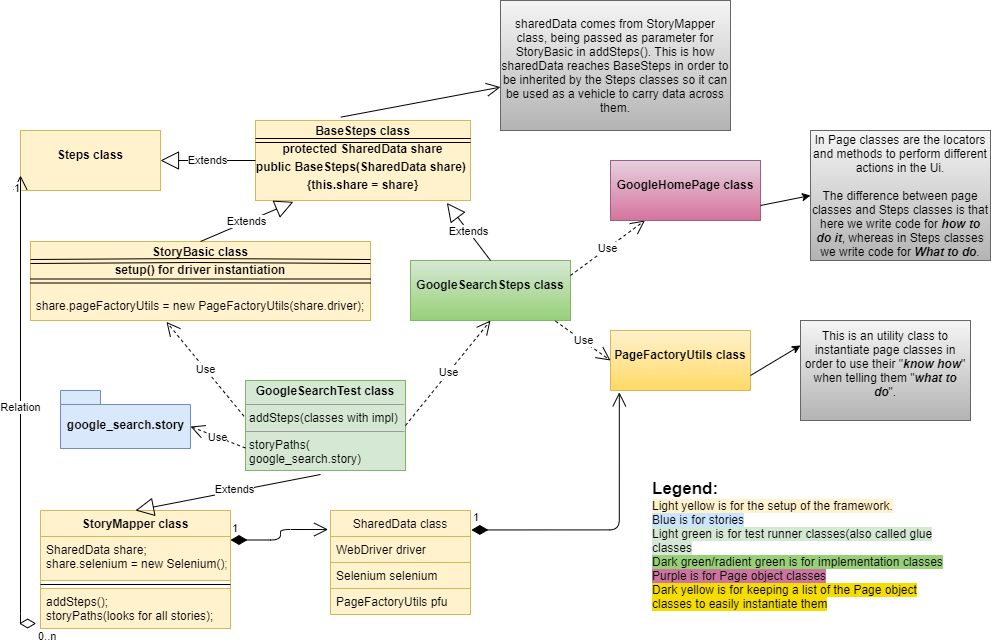
Above: JBselDiagram.png in cosminCirstea/JBSelFramework (draw.io), before the change. Source tidied: cells renumbered, new cells last; positions are measured from the earlier drawing's top-left corner, leaving out a move shared by most shapes.
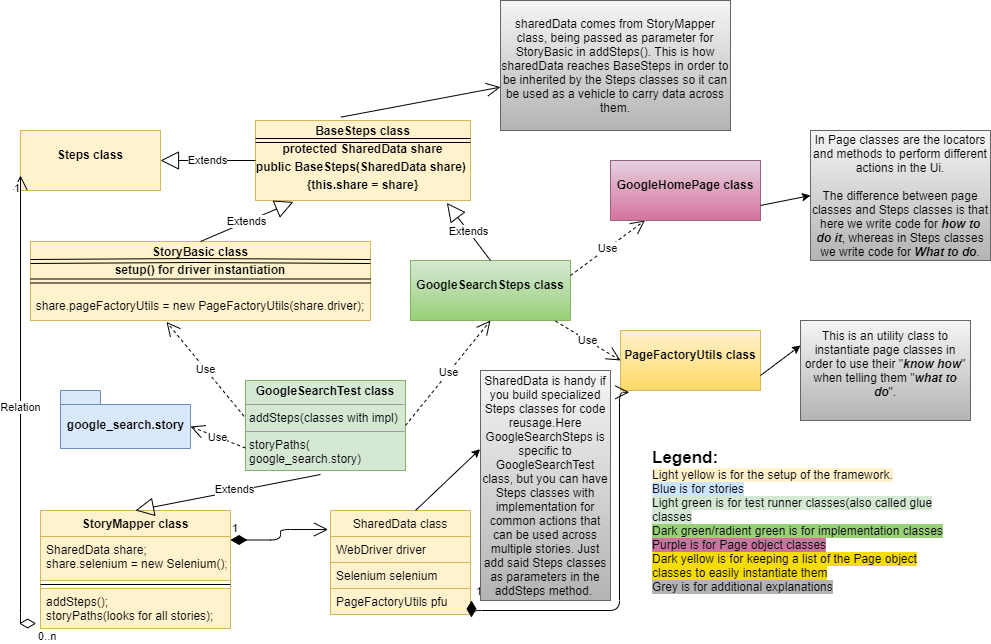
After the commit.

Commit message:
added another explanation for sharedData in the diagram

What changed in the source:
```diff
@@ -59,7 +59,7 @@
       <mxGeometry x="590" y="160" width="150" height="60" as="geometry" />
     </mxCell>
     <mxCell id="20" value="&lt;p style=&quot;margin: 0px ; margin-top: 4px ; text-align: center&quot;&gt;&lt;br&gt;&lt;b&gt;PageFactoryUtils class&lt;/b&gt;&lt;/p&gt;&lt;p style=&quot;margin: 0px ; margin-top: 4px ; text-align: center&quot;&gt;&lt;b&gt;&lt;br&gt;&lt;/b&gt;&lt;/p&gt;" style="verticalAlign=top;align=left;overflow=fill;fontSize=12;fontFamily=Helvetica;html=1;gradientColor=#ffd966;fillColor=#fff2cc;strokeColor=#d6b656;" parent="1" vertex="1">
-      <mxGeometry x="590" y="330" width="140" height="60" as="geometry" />
+      <mxGeometry x="600" y="330" width="140" height="60" as="geometry" />
     </mxCell>
     <mxCell id="21" value="Use" style="endArrow=open;endSize=12;dashed=1;html=1;entryX=0;entryY=0.5;entryDx=0;entryDy=0;exitX=0.906;exitY=1.01;exitDx=0;exitDy=0;exitPerimeter=0;" parent="1" edge="1" source="16" target="20">
       <mxGeometry relative="1" as="geometry" />
@@ -67,8 +67,15 @@
     <mxCell id="22" value="1" style="endArrow=open;html=1;endSize=12;startArrow=diamondThin;startSize=14;startFill=1;edgeStyle=orthogonalEdgeStyle;align=left;verticalAlign=bottom;exitX=1;exitY=0.25;exitDx=0;exitDy=0;entryX=-0.017;entryY=0.183;entryDx=0;entryDy=0;entryPerimeter=0;" parent="1" edge="1" source="3" target="12">
       <mxGeometry x="-1" y="3" relative="1" as="geometry" />
     </mxCell>
-    <mxCell id="23" value="1" style="endArrow=open;html=1;endSize=12;startArrow=diamondThin;startSize=14;startFill=1;edgeStyle=orthogonalEdgeStyle;align=left;verticalAlign=bottom;entryX=0.063;entryY=1.03;entryDx=0;entryDy=0;entryPerimeter=0;exitX=1.006;exitY=0.187;exitDx=0;exitDy=0;exitPerimeter=0;" parent="1" edge="1" source="12" target="20">
-      <mxGeometry x="-1" y="3" relative="1" as="geometry" />
+    <mxCell id="23" value="1" style="endArrow=open;html=1;endSize=12;startArrow=diamondThin;startSize=14;startFill=1;edgeStyle=orthogonalEdgeStyle;align=left;verticalAlign=bottom;entryX=0.063;entryY=1.03;entryDx=0;entryDy=0;entryPerimeter=0;" parent="1" edge="1" target="20">
+      <mxGeometry x="-1" y="3" relative="1" as="geometry">
+        <mxPoint x="451" y="600" as="sourcePoint" />
+        <Array as="points">
+          <mxPoint x="451" y="610" />
+          <mxPoint x="599" y="610" />
+          <mxPoint x="599" y="392" />
+        </Array>
+      </mxGeometry>
     </mxCell>
     <mxCell id="24" value="Use" style="endArrow=open;endSize=12;dashed=1;html=1;entryX=0;entryY=0;entryDx=130;entryDy=36;entryPerimeter=0;exitX=0;exitY=0.75;exitDx=0;exitDy=0;" parent="1" edge="1" source="7" target="2">
       <mxGeometry relative="1" as="geometry" />
@@ -131,8 +138,16 @@
     <mxCell id="40" value="1" style="edgeLabel;html=1;align=right;verticalAlign=top;" parent="38" vertex="1">
       <mxGeometry x="1" relative="1" as="geometry" />
     </mxCell>
-    <mxCell id="41" value="&lt;b&gt;&lt;font style=&quot;font-size: 17px&quot;&gt;Legend: &lt;/font&gt;&lt;/b&gt;&lt;br&gt;&lt;div&gt;&lt;span style=&quot;background-color: rgb(255 , 242 , 204)&quot;&gt;Light yellow is for the setup of the framework.&lt;/span&gt;&lt;/div&gt;&lt;div&gt;&lt;span style=&quot;background-color: rgb(204 , 229 , 255)&quot;&gt;Blue is for stories&lt;/span&gt;&lt;/div&gt;&lt;div&gt;&lt;span style=&quot;background-color: rgb(213 , 232 , 212)&quot;&gt;Light green is for test runner classes(also called glue classes&lt;/span&gt;&lt;/div&gt;&lt;div&gt;&lt;span style=&quot;background-color: rgb(151 , 208 , 119)&quot;&gt;Dark green/radient green is for implementation classes&lt;/span&gt;&lt;/div&gt;&lt;div&gt;&lt;span style=&quot;background-color: rgb(204 , 116 , 160)&quot;&gt;Purple is for Page object classes&lt;/span&gt;&lt;/div&gt;&lt;div&gt;&lt;span style=&quot;background-color: rgb(245 , 221 , 2)&quot;&gt;Dark yellow is for keeping a list of the Page object classes to easily instantiate them&lt;/span&gt;&lt;/div&gt;" style="text;html=1;align=left;verticalAlign=middle;whiteSpace=wrap;rounded=0;" parent="1" vertex="1">
-      <mxGeometry x="630" y="474" width="310" height="140" as="geometry" />
+    <mxCell id="41" value="&lt;b&gt;&lt;font style=&quot;font-size: 17px&quot;&gt;Legend: &lt;/font&gt;&lt;/b&gt;&lt;br&gt;&lt;div&gt;&lt;span style=&quot;background-color: rgb(255 , 242 , 204)&quot;&gt;Light yellow is for the setup of the framework.&lt;/span&gt;&lt;/div&gt;&lt;div&gt;&lt;span style=&quot;background-color: rgb(204 , 229 , 255)&quot;&gt;Blue is for stories&lt;/span&gt;&lt;/div&gt;&lt;div&gt;&lt;span style=&quot;background-color: rgb(213 , 232 , 212)&quot;&gt;Light green is for test runner classes(also called glue classes&lt;/span&gt;&lt;/div&gt;&lt;div&gt;&lt;span style=&quot;background-color: rgb(151 , 208 , 119)&quot;&gt;Dark green/radient green is for implementation classes&lt;/span&gt;&lt;/div&gt;&lt;div&gt;&lt;span style=&quot;background-color: rgb(204 , 116 , 160)&quot;&gt;Purple is for Page object classes&lt;/span&gt;&lt;/div&gt;&lt;div&gt;&lt;span style=&quot;background-color: rgb(245 , 221 , 2)&quot;&gt;Dark yellow is for keeping a list of the Page object classes to easily instantiate them&lt;/span&gt;&lt;/div&gt;&lt;div&gt;&lt;span style=&quot;background-color: rgb(179 , 179 , 179)&quot;&gt;Grey is for additional explanations&lt;/span&gt;&lt;/div&gt;" style="text;html=1;align=left;verticalAlign=middle;whiteSpace=wrap;rounded=0;" parent="1" vertex="1">
+      <mxGeometry x="630" y="440" width="310" height="160" as="geometry" />
     </mxCell>
+    <mxCell id="42" value="SharedData is handy if you build specialized Steps classes for code reusage.Here GoogleSearchSteps is specific to GoogleSearchTest class, but you can have Steps classes with implementation for common actions that can be used across multiple stories. Just add said Steps classes as parameters in the addSteps method.&amp;nbsp;" style="text;html=1;strokeColor=#666666;fillColor=#f5f5f5;align=center;verticalAlign=middle;whiteSpace=wrap;rounded=0;labelBackgroundColor=none;gradientColor=#b3b3b3;" parent="1" vertex="1">
+      <mxGeometry x="460" y="370" width="130" height="230" as="geometry" />
+    </mxCell>
+    <mxCell id="43" style="endArrow=classic;html=1;entryX=-0.003;entryY=0.342;entryDx=0;entryDy=0;entryPerimeter=0;" parent="1" edge="1" target="42">
+      <mxGeometry relative="1" as="geometry">
+        <mxPoint x="395" y="510" as="sourcePoint" />
+      </mxGeometry>
+    </mxCell>
   </root>
 </mxGraphModel>
```
